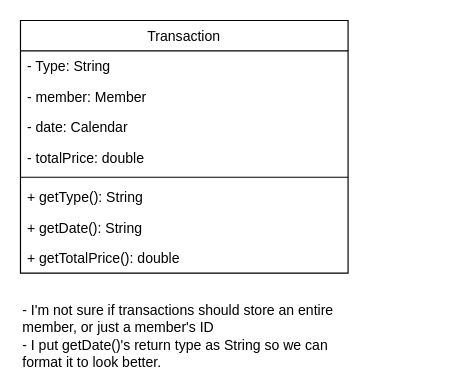
Above: Class Diagrams/Physical/Transaction.drawio in qaalib101/ICS372GroupProject1 (draw.io), before the change. Source tidied: cells renumbered, new cells numbered last; positions are measured from the earlier drawing's top-left corner, leaving out a move shared by most shapes. Both pictures are drawn from the tidied source at 117%, with x=0, y=0 at pixel (20, 20).
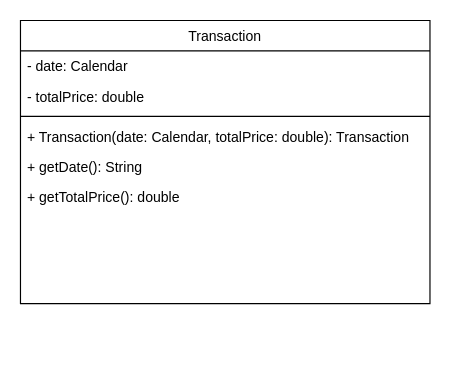
The same diagram, later.

Change to the diagram source:
```diff
@@
 <mxGraphModel>
   <root>
     <mxCell id="0" />
     <mxCell id="1" parent="0" />
     <mxCell id="2" value="Transaction" style="swimlane;fontStyle=0;align=center;verticalAlign=top;horizontal=1;startSize=26;rounded=0;shadow=0;strokeWidth=1;" parent="1" vertex="1">
-      <mxGeometry width="280" height="216" as="geometry" />
+      <mxGeometry width="350" height="242" as="geometry" />
     </mxCell>
-    <mxCell id="3" value="- Type: String" style="text;align=left;verticalAlign=top;spacingLeft=4;spacingRight=4;overflow=hidden;" parent="2" vertex="1">
-      <mxGeometry y="26" width="280" height="26" as="geometry" />
-    </mxCell>
-    <mxCell id="4" value="- member: Member" style="text;align=left;verticalAlign=top;spacingLeft=4;spacingRight=4;overflow=hidden;" parent="2" vertex="1">
-      <mxGeometry y="52" width="280" height="26" as="geometry" />
-    </mxCell>
     <mxCell id="5" value="- date: Calendar" style="text;align=left;verticalAlign=top;spacingLeft=4;spacingRight=4;overflow=hidden;" parent="2" vertex="1">
-      <mxGeometry y="78" width="280" height="26" as="geometry" />
+      <mxGeometry y="26" width="350" height="26" as="geometry" />
     </mxCell>
     <mxCell id="6" value="- totalPrice: double" style="text;align=left;verticalAlign=top;spacingLeft=4;spacingRight=4;overflow=hidden;" parent="2" vertex="1">
-      <mxGeometry y="104" width="280" height="26" as="geometry" />
+      <mxGeometry y="52" width="350" height="26" as="geometry" />
     </mxCell>
     <mxCell id="7" style="line;html=1;strokeWidth=1;align=left;verticalAlign=middle;spacingTop=-1;spacingLeft=3;spacingRight=3;labelPosition=right;" parent="2" vertex="1">
-      <mxGeometry y="130" width="280" height="8" as="geometry" />
+      <mxGeometry y="78" width="350" height="8" as="geometry" />
     </mxCell>
-    <mxCell id="8" value="+ getType(): String" style="text;align=left;verticalAlign=top;spacingLeft=4;spacingRight=4;overflow=hidden;" parent="2" vertex="1">
-      <mxGeometry y="138" width="280" height="26" as="geometry" />
+    <mxCell id="8" value="+ Transaction(date: Calendar, totalPrice: double): Transaction" style="text;align=left;verticalAlign=top;spacingLeft=4;spacingRight=4;overflow=hidden;" parent="2" vertex="1">
+      <mxGeometry y="86" width="350" height="26" as="geometry" />
     </mxCell>
     <mxCell id="9" value="+ getDate(): String" style="text;align=left;verticalAlign=top;spacingLeft=4;spacingRight=4;overflow=hidden;" parent="2" vertex="1">
-      <mxGeometry y="164" width="280" height="26" as="geometry" />
+      <mxGeometry y="112" width="350" height="26" as="geometry" />
     </mxCell>
     <mxCell id="10" value="+ getTotalPrice(): double" style="text;align=left;verticalAlign=top;spacingLeft=4;spacingRight=4;overflow=hidden;" parent="2" vertex="1">
-      <mxGeometry y="190" width="280" height="26" as="geometry" />
+      <mxGeometry y="138" width="350" height="26" as="geometry" />
     </mxCell>
-    <mxCell id="11" value="&lt;div align=&quot;left&quot;&gt;- I'm not sure if transactions should store an entire member, or just a member's ID&lt;/div&gt;" style="text;html=1;strokeColor=none;fillColor=none;align=left;verticalAlign=middle;whiteSpace=wrap;rounded=0;" parent="1" vertex="1">
-      <mxGeometry y="240" width="280" height="30" as="geometry" />
-    </mxCell>
-    <mxCell id="12" value="- I put getDate()'s return type as String so we can format it to look better." style="text;html=1;strokeColor=none;fillColor=none;align=left;verticalAlign=middle;whiteSpace=wrap;rounded=0;" parent="1" vertex="1">
-      <mxGeometry y="270" width="280" height="30" as="geometry" />
-    </mxCell>
   </root>
 </mxGraphModel>
```
